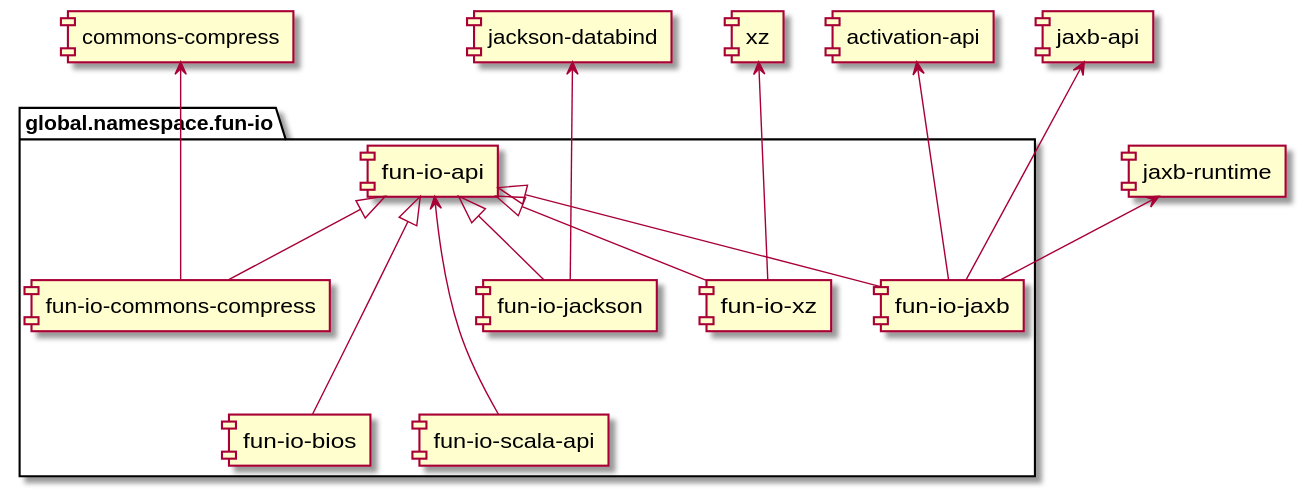
This is module-structure.svg from christian-schlichtherle/fun-io, a PlantUML export, as it was before one commit. The source it was exported from:
```plantuml
@startuml

folder global.namespace.fun-io {
    [fun-io-api] <|--- [fun-io-bios]
    [fun-io-api] <|-- [fun-io-commons-compress]
    [fun-io-api] <|-- [fun-io-jackson]
    [fun-io-api] <|-- [fun-io-jaxb]
    [fun-io-api] <--- [fun-io-scala-api]
    [fun-io-api] <|-- [fun-io-xz]
}

[commons-compress] <--- [fun-io-commons-compress]
[activation-api] <--- [fun-io-jaxb]
[jackson-databind] <--- [fun-io-jackson]
[jaxb-api] <--- [fun-io-jaxb]
[jaxb-runtime] <-- [fun-io-jaxb]
[xz] <--- [fun-io-xz]

@enduml
```
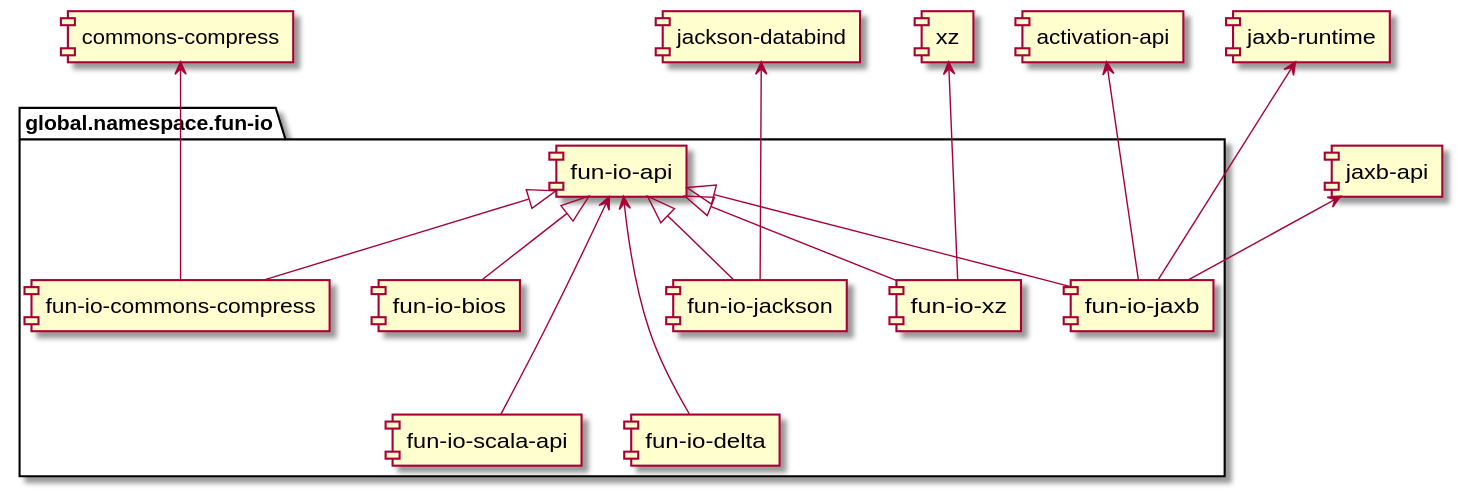
After the commit.

Diff of the diagram source:
```diff
@@ -1,19 +1,23 @@
 @startuml
 
 folder global.namespace.fun-io {
-    [fun-io-api] <|--- [fun-io-bios]
     [fun-io-api] <|-- [fun-io-commons-compress]
     [fun-io-api] <|-- [fun-io-jackson]
     [fun-io-api] <|-- [fun-io-jaxb]
+    [fun-io-api] <|-- [fun-io-bios]
+    [fun-io-api] <|-- [fun-io-xz]
     [fun-io-api] <--- [fun-io-scala-api]
-    [fun-io-api] <|-- [fun-io-xz]
+    [fun-io-api] <--- [fun-io-delta]
 }
 
 [commons-compress] <--- [fun-io-commons-compress]
+
+[jackson-databind] <--- [fun-io-jackson]
+
 [activation-api] <--- [fun-io-jaxb]
-[jackson-databind] <--- [fun-io-jackson]
-[jaxb-api] <--- [fun-io-jaxb]
-[jaxb-runtime] <-- [fun-io-jaxb]
+[jaxb-runtime] <--- [fun-io-jaxb]
+[jaxb-api] <-- [fun-io-jaxb]
+
 [xz] <--- [fun-io-xz]
 
 @enduml
```
